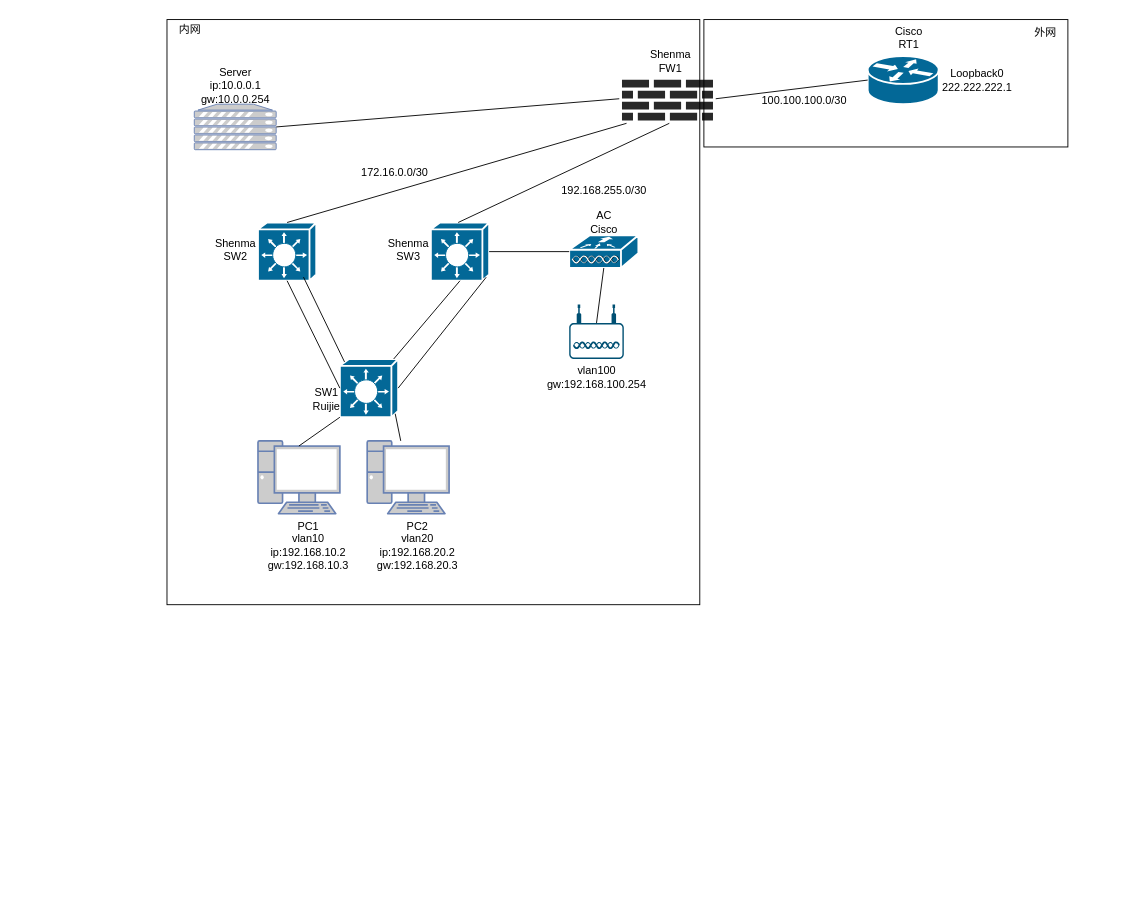
Naruterador/Networkt_topology keeps this draw.io diagram as Network/ksss.drawio. Above is the earlier version. Source tidied: cells renumbered, new cells numbered last; positions are measured from the earlier drawing's top-left corner, leaving out a move shared by most shapes. Both pictures are drawn from the tidied source at 91%, with x=0, y=0 at pixel (167, 15).
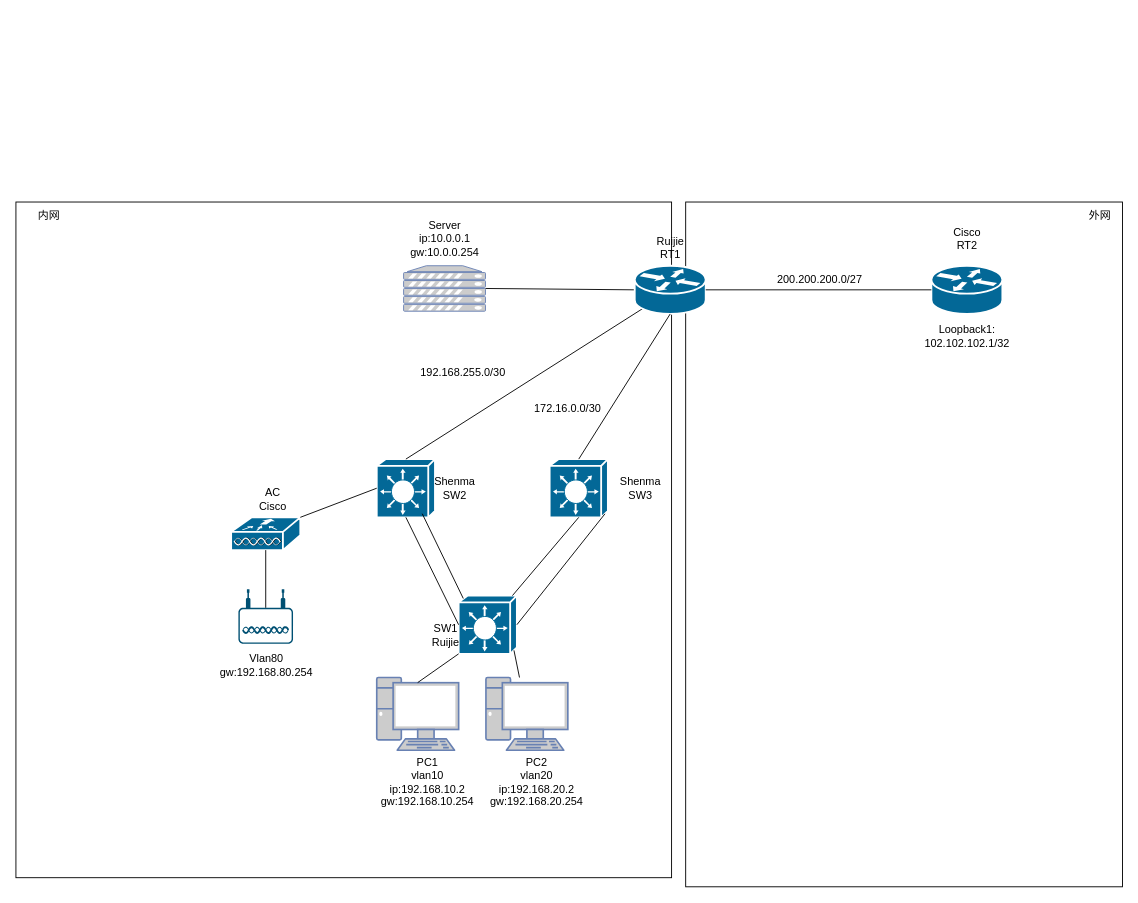
Above is the later version.

Change to the diagram source:
```diff
@@
     <mxCell id="2" style="shape=mxgraph.cisco.switches.layer_3_switch;sketch=0;html=1;dashed=0;fillColor=#036897;strokeColor=#ffffff;strokeWidth=2;verticalLabelPosition=bottom;verticalAlign=top;align=center;outlineConnect=0;" parent="1" vertex="1">
-      <mxGeometry x="290" y="227" width="64" height="64" as="geometry" />
+      <mxGeometry x="420.5" y="487" width="64" height="64" as="geometry" />
     </mxCell>
     <mxCell id="3" style="shape=mxgraph.cisco.switches.layer_3_switch;sketch=0;html=1;dashed=0;fillColor=#036897;strokeColor=#ffffff;strokeWidth=2;verticalLabelPosition=bottom;verticalAlign=top;align=center;outlineConnect=0;" parent="1" vertex="1">
-      <mxGeometry x="100" y="227" width="64" height="64" as="geometry" />
+      <mxGeometry x="230.5" y="487" width="64" height="64" as="geometry" />
     </mxCell>
     <mxCell id="4" style="shape=mxgraph.cisco.switches.layer_3_switch;sketch=0;html=1;dashed=0;fillColor=#036897;strokeColor=#ffffff;strokeWidth=2;verticalLabelPosition=bottom;verticalAlign=top;align=center;outlineConnect=0;" parent="1" vertex="1">
-      <mxGeometry x="190" y="377" width="64" height="64" as="geometry" />
+      <mxGeometry x="320.5" y="637" width="64" height="64" as="geometry" />
     </mxCell>
-    <mxCell id="5" style="verticalLabelPosition=bottom;sketch=0;html=1;fillColor=#282828;strokeColor=none;verticalAlign=top;align=center;shape=mxgraph.cisco_safe.security_icons.firewall;" parent="1" vertex="1">
-      <mxGeometry x="500" y="70" width="100" height="45" as="geometry" />
-    </mxCell>
     <mxCell id="6" style="shape=mxgraph.cisco.routers.router;sketch=0;html=1;dashed=0;fillColor=#036897;strokeColor=#ffffff;strokeWidth=2;verticalLabelPosition=bottom;verticalAlign=top;align=center;outlineConnect=0;" parent="1" vertex="1">
-      <mxGeometry x="770" y="44" width="78" height="53" as="geometry" />
+      <mxGeometry x="840" y="274.5" width="78" height="53" as="geometry" />
     </mxCell>
     <mxCell id="7" style="points=[[0.03,0.36,0],[0.18,0,0],[0.5,0.34,0],[0.82,0,0],[0.97,0.36,0],[1,0.67,0],[0.975,0.975,0],[0.5,1,0],[0.025,0.975,0],[0,0.67,0]];verticalLabelPosition=bottom;sketch=0;html=1;verticalAlign=top;align=center;shape=mxgraph.cisco19.wireless_access_point;fillColor=#005073;strokeColor=none;" parent="1" vertex="1">
-      <mxGeometry x="442" y="317" width="60" height="60" as="geometry" />
+      <mxGeometry x="78.5" y="630" width="60" height="60" as="geometry" />
     </mxCell>
     <mxCell id="8" style="fontColor=#0066CC;verticalAlign=top;verticalLabelPosition=bottom;labelPosition=center;align=center;html=1;outlineConnect=0;fillColor=#CCCCCC;strokeColor=#6881B3;gradientColor=none;gradientDirection=north;strokeWidth=2;shape=mxgraph.networks.pc;" parent="1" vertex="1">
-      <mxGeometry x="100" y="467" width="90" height="80" as="geometry" />
+      <mxGeometry x="230.5" y="727" width="90" height="80" as="geometry" />
     </mxCell>
     <mxCell id="9" style="fontColor=#0066CC;verticalAlign=top;verticalLabelPosition=bottom;labelPosition=center;align=center;html=1;outlineConnect=0;fillColor=#CCCCCC;strokeColor=#6881B3;gradientColor=none;gradientDirection=north;strokeWidth=2;shape=mxgraph.networks.pc;" parent="1" vertex="1">
-      <mxGeometry x="220" y="467" width="90" height="80" as="geometry" />
+      <mxGeometry x="350.5" y="727" width="90" height="80" as="geometry" />
     </mxCell>
     <mxCell id="10" style="fontColor=#0066CC;verticalAlign=top;verticalLabelPosition=bottom;labelPosition=center;align=center;html=1;outlineConnect=0;fillColor=#CCCCCC;strokeColor=#6881B3;gradientColor=none;gradientDirection=north;strokeWidth=2;shape=mxgraph.networks.server;" parent="1" vertex="1">
-      <mxGeometry x="30" y="97" width="90" height="50" as="geometry" />
+      <mxGeometry x="260" y="274.5" width="90" height="50" as="geometry" />
     </mxCell>
     <mxCell id="11" style="shape=mxgraph.cisco.wireless.wlan_controller;sketch=0;html=1;dashed=0;fillColor=#036897;strokeColor=#ffffff;strokeWidth=2;verticalLabelPosition=bottom;verticalAlign=top;align=center;outlineConnect=0;" parent="1" vertex="1">
-      <mxGeometry x="442" y="241" width="76" height="36" as="geometry" />
+      <mxGeometry x="70.5" y="551" width="76" height="36" as="geometry" />
     </mxCell>
@@
     <mxCell id="14" style="endArrow=none;html=1;rounded=0;exitX=0.08;exitY=0.05;exitDx=0;exitDy=0;exitPerimeter=0;" parent="1" edge="1" source="4">
       <mxGeometry relative="1" as="geometry">
-        <mxPoint x="150" y="287" as="targetPoint" />
+        <mxPoint x="280.5" y="547" as="targetPoint" />
       </mxGeometry>
     </mxCell>
@@
-    <mxCell id="16" style="endArrow=none;html=1;rounded=0;exitX=0.5;exitY=0;exitDx=0;exitDy=0;exitPerimeter=0;entryX=0.05;entryY=1.067;entryDx=0;entryDy=0;entryPerimeter=0;" parent="1" edge="1" source="3" target="5">
-      <mxGeometry relative="1" as="geometry" />
+    <mxCell id="16" style="endArrow=none;html=1;rounded=0;exitX=0.5;exitY=0;exitDx=0;exitDy=0;exitPerimeter=0;" parent="1" edge="1" source="3">
+      <mxGeometry relative="1" as="geometry">
+        <mxPoint x="530" y="317" as="targetPoint" />
+      </mxGeometry>
     </mxCell>
-    <mxCell id="17" style="endArrow=none;html=1;rounded=0;entryX=0.52;entryY=1.067;entryDx=0;entryDy=0;entryPerimeter=0;" parent="1" edge="1" target="5">
-      <mxGeometry relative="1" as="geometry">
-        <mxPoint x="320" y="227" as="sourcePoint" />
-      </mxGeometry>
-    </mxCell>
-    <mxCell id="18" style="endArrow=none;html=1;rounded=0;entryX=0;entryY=0.5;entryDx=0;entryDy=0;entryPerimeter=0;exitX=1.03;exitY=0.467;exitDx=0;exitDy=0;exitPerimeter=0;" parent="1" edge="1" source="5" target="6">
-      <mxGeometry relative="1" as="geometry" />
-    </mxCell>
-    <mxCell id="19" style="endArrow=none;html=1;rounded=0;entryX=0;entryY=0.5;entryDx=0;entryDy=0;entryPerimeter=0;exitX=1;exitY=0.5;exitDx=0;exitDy=0;exitPerimeter=0;" parent="1" edge="1" source="2" target="11">
-      <mxGeometry relative="1" as="geometry" />
-    </mxCell>
@@
     <mxCell id="23" value="SW1&lt;br&gt;Ruijie" style="text;html=1;align=center;verticalAlign=middle;strokeColor=none;fillColor=none;" parent="1" vertex="1">
-      <mxGeometry x="150" y="401" width="50" height="40" as="geometry" />
+      <mxGeometry x="280.5" y="661" width="50" height="40" as="geometry" />
     </mxCell>
     <mxCell id="24" value="Shenma&lt;br&gt;SW2" style="text;html=1;align=center;verticalAlign=middle;strokeColor=none;fillColor=none;" parent="1" vertex="1">
-      <mxGeometry x="40" y="237" width="70" height="40" as="geometry" />
+      <mxGeometry x="280.5" y="499" width="70" height="40" as="geometry" />
     </mxCell>
     <mxCell id="25" value="Shenma&lt;br&gt;SW3" style="text;html=1;align=center;verticalAlign=middle;strokeColor=none;fillColor=none;" parent="1" vertex="1">
-      <mxGeometry x="230" y="237" width="70" height="40" as="geometry" />
+      <mxGeometry x="484.5" y="499" width="70" height="40" as="geometry" />
     </mxCell>
     <mxCell id="26" value="AC&lt;br&gt;Cisco" style="text;html=1;align=center;verticalAlign=middle;strokeColor=none;fillColor=none;" parent="1" vertex="1">
-      <mxGeometry x="455" y="207" width="50" height="40" as="geometry" />
+      <mxGeometry x="90.5" y="511" width="50" height="40" as="geometry" />
     </mxCell>
-    <mxCell id="27" value="Shenma&lt;br&gt;FW1" style="text;html=1;align=center;verticalAlign=middle;strokeColor=none;fillColor=none;" parent="1" vertex="1">
-      <mxGeometry x="518" y="30" width="70" height="40" as="geometry" />
-    </mxCell>
-    <mxCell id="28" value="Cisco&lt;br&gt;RT1" style="text;html=1;align=center;verticalAlign=middle;strokeColor=none;fillColor=none;" parent="1" vertex="1">
-      <mxGeometry x="790" y="4" width="50" height="40" as="geometry" />
+    <mxCell id="28" value="Cisco&lt;br&gt;RT2" style="text;html=1;align=center;verticalAlign=middle;strokeColor=none;fillColor=none;" parent="1" vertex="1">
+      <mxGeometry x="854" y="224.5" width="50" height="40" as="geometry" />
     </mxCell>
-    <mxCell id="29" value="Loopback0&lt;br&gt;222.222.222.1" style="text;html=1;align=center;verticalAlign=middle;strokeColor=none;fillColor=none;" parent="1" vertex="1">
-      <mxGeometry x="840" y="50.5" width="100" height="40" as="geometry" />
-    </mxCell>
     <mxCell id="30" value="Server&lt;br&gt;ip:10.0.0.1&lt;br&gt;gw:10.0.0.254" style="text;html=1;align=center;verticalAlign=middle;strokeColor=none;fillColor=none;" parent="1" vertex="1">
-      <mxGeometry x="25" y="47" width="100" height="60" as="geometry" />
+      <mxGeometry x="255" y="214.5" width="100" height="60" as="geometry" />
     </mxCell>
-    <mxCell id="31" value="PC1&lt;br&gt;vlan10&lt;br&gt;ip:192.168.10.2&lt;br&gt;gw:192.168.10.3" style="text;html=1;align=center;verticalAlign=middle;strokeColor=none;fillColor=none;" parent="1" vertex="1">
-      <mxGeometry x="100" y="547" width="110" height="70" as="geometry" />
+    <mxCell id="31" value="PC1&lt;br&gt;vlan10&lt;br&gt;ip:192.168.10.2&lt;br&gt;gw:192.168.10.254" style="text;html=1;align=center;verticalAlign=middle;strokeColor=none;fillColor=none;" parent="1" vertex="1">
+      <mxGeometry x="220.5" y="807" width="130" height="70" as="geometry" />
     </mxCell>
-    <mxCell id="32" value="PC2&lt;br&gt;vlan20&lt;br&gt;ip:192.168.20.2&lt;br&gt;gw:192.168.20.3" style="text;html=1;align=center;verticalAlign=middle;strokeColor=none;fillColor=none;" parent="1" vertex="1">
-      <mxGeometry x="220" y="547" width="110" height="70" as="geometry" />
+    <mxCell id="32" value="PC2&lt;br&gt;vlan20&lt;br&gt;ip:192.168.20.2&lt;br&gt;gw:192.168.20.254" style="text;html=1;align=center;verticalAlign=middle;strokeColor=none;fillColor=none;" parent="1" vertex="1">
+      <mxGeometry x="340.5" y="807" width="130" height="70" as="geometry" />
     </mxCell>
-    <mxCell id="33" value="vlan100&lt;br&gt;gw:192.168.100.254" style="text;html=1;align=center;verticalAlign=middle;strokeColor=none;fillColor=none;" parent="1" vertex="1">
-      <mxGeometry x="407" y="377" width="130" height="40" as="geometry" />
+    <mxCell id="33" value="&lt;br&gt;Vlan80&lt;br&gt;gw:192.168.80.254" style="text;html=1;align=center;verticalAlign=middle;strokeColor=none;fillColor=none;" parent="1" vertex="1">
+      <mxGeometry x="43.5" y="677" width="130" height="60" as="geometry" />
     </mxCell>
-    <mxCell id="34" value="100.100.100.0/30" style="text;html=1;align=center;verticalAlign=middle;strokeColor=none;fillColor=none;" parent="1" vertex="1">
-      <mxGeometry x="640" y="77.5" width="120" height="30" as="geometry" />
-    </mxCell>
     <mxCell id="35" value="172.16.0.0/30" style="text;html=1;align=center;verticalAlign=middle;strokeColor=none;fillColor=none;" parent="1" vertex="1">
-      <mxGeometry x="200" y="157" width="100" height="30" as="geometry" />
+      <mxGeometry x="390" y="417" width="100" height="30" as="geometry" />
     </mxCell>
     <mxCell id="36" value="192.168.255.0/30" style="text;html=1;align=center;verticalAlign=middle;strokeColor=none;fillColor=none;" parent="1" vertex="1">
-      <mxGeometry x="420" y="177" width="120" height="30" as="geometry" />
+      <mxGeometry x="264.5" y="377" width="120" height="30" as="geometry" />
     </mxCell>
     <mxCell id="37" style="rounded=0;whiteSpace=wrap;html=1;fillColor=none;" parent="1" vertex="1">
-      <mxGeometry x="590" y="4" width="400" height="140" as="geometry" />
+      <mxGeometry x="570" y="204.5" width="480" height="752.5" as="geometry" />
     </mxCell>
-    <mxCell id="38" value="外网" style="text;html=1;align=center;verticalAlign=middle;strokeColor=none;fillColor=none;" parent="1" vertex="1">
-      <mxGeometry x="940" y="4" width="50" height="30" as="geometry" />
-    </mxCell>
-    <mxCell id="39" style="endArrow=none;html=1;rounded=0;entryX=-0.03;entryY=0.467;entryDx=0;entryDy=0;entryPerimeter=0;exitX=1;exitY=0.5;exitDx=0;exitDy=0;exitPerimeter=0;" parent="1" edge="1" source="10" target="5">
+    <mxCell id="39" style="endArrow=none;html=1;rounded=0;entryX=0;entryY=0.5;entryDx=0;entryDy=0;entryPerimeter=0;exitX=1;exitY=0.5;exitDx=0;exitDy=0;exitPerimeter=0;" parent="1" edge="1" source="10" target="42">
       <mxGeometry relative="1" as="geometry" />
     </mxCell>
     <mxCell id="40" style="rounded=0;whiteSpace=wrap;html=1;fillColor=none;" parent="1" vertex="1">
-      <mxGeometry y="4" width="585.5" height="643" as="geometry" />
+      <mxGeometry x="-166" y="204.5" width="720.5" height="742.5" as="geometry" />
     </mxCell>
     <mxCell id="41" value="内网" style="text;html=1;align=center;verticalAlign=middle;strokeColor=none;fillColor=none;" parent="1" vertex="1">
-      <mxGeometry width="50" height="30" as="geometry" />
+      <mxGeometry x="-155.5" y="204.5" width="50" height="30" as="geometry" />
     </mxCell>
+    <mxCell id="42" style="shape=mxgraph.cisco.routers.router;sketch=0;html=1;dashed=0;fillColor=#036897;strokeColor=#ffffff;strokeWidth=2;verticalLabelPosition=bottom;verticalAlign=top;align=center;outlineConnect=0;" parent="1" vertex="1">
+      <mxGeometry x="514" y="274.5" width="78" height="53" as="geometry" />
+    </mxCell>
+    <mxCell id="43" value="Ruijie&lt;br&gt;RT1" style="text;html=1;align=center;verticalAlign=middle;strokeColor=none;fillColor=none;" parent="1" vertex="1">
+      <mxGeometry x="528" y="234.5" width="50" height="40" as="geometry" />
+    </mxCell>
+    <mxCell id="44" style="endArrow=none;html=1;rounded=0;entryX=1;entryY=0.5;entryDx=0;entryDy=0;entryPerimeter=0;exitX=0;exitY=0.5;exitDx=0;exitDy=0;exitPerimeter=0;" parent="1" edge="1" source="6" target="42">
+      <mxGeometry relative="1" as="geometry" />
+    </mxCell>
+    <mxCell id="38" value="外网" style="text;html=1;align=center;verticalAlign=middle;strokeColor=none;fillColor=none;" parent="1" vertex="1">
+      <mxGeometry x="1000" y="204.5" width="50" height="30" as="geometry" />
+    </mxCell>
+    <mxCell id="45" value="Loopback1:&lt;br&gt;102.102.102.1/32" style="text;html=1;align=center;verticalAlign=middle;strokeColor=none;fillColor=none;" parent="1" vertex="1">
+      <mxGeometry x="819" y="332" width="120" height="40" as="geometry" />
+    </mxCell>
+    <mxCell id="46" value="200.200.200.0/27" style="text;html=1;align=center;verticalAlign=middle;strokeColor=none;fillColor=none;" parent="1" vertex="1">
+      <mxGeometry x="657" y="274.5" width="120" height="30" as="geometry" />
+    </mxCell>
+    <mxCell id="47" style="endArrow=none;html=1;rounded=0;entryX=0;entryY=0.5;entryDx=0;entryDy=0;entryPerimeter=0;exitX=1;exitY=0;exitDx=0;exitDy=0;exitPerimeter=0;" parent="1" edge="1" source="11" target="3">
+      <mxGeometry relative="1" as="geometry" />
+    </mxCell>
+    <mxCell id="48" style="endArrow=none;html=1;rounded=0;entryX=0.5;entryY=1;entryDx=0;entryDy=0;entryPerimeter=0;exitX=0.5;exitY=0;exitDx=0;exitDy=0;exitPerimeter=0;" parent="1" edge="1" source="2" target="42">
+      <mxGeometry relative="1" as="geometry" />
+    </mxCell>
```
